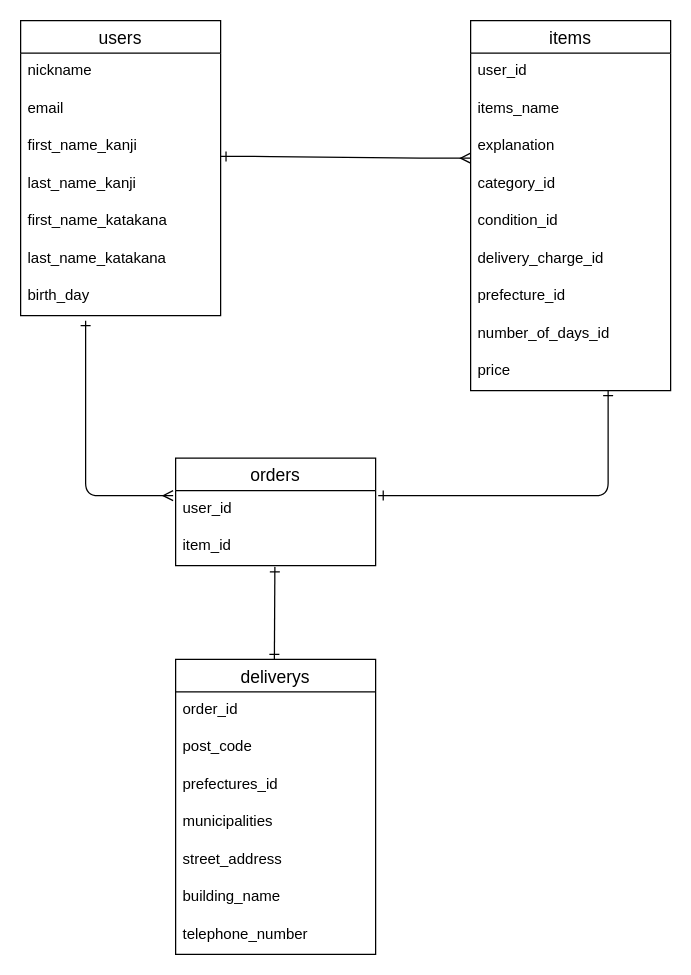
This is er.dio from yuyunaginagi/furima-40237, a draw.io file, before an edit. Source tidied: cells renumbered, new cells numbered last; positions are measured from the earlier drawing's top-left corner, leaving out a move shared by most shapes. Both pictures are drawn from the tidied source at 125%, with x=0, y=0 at pixel (20, 20).
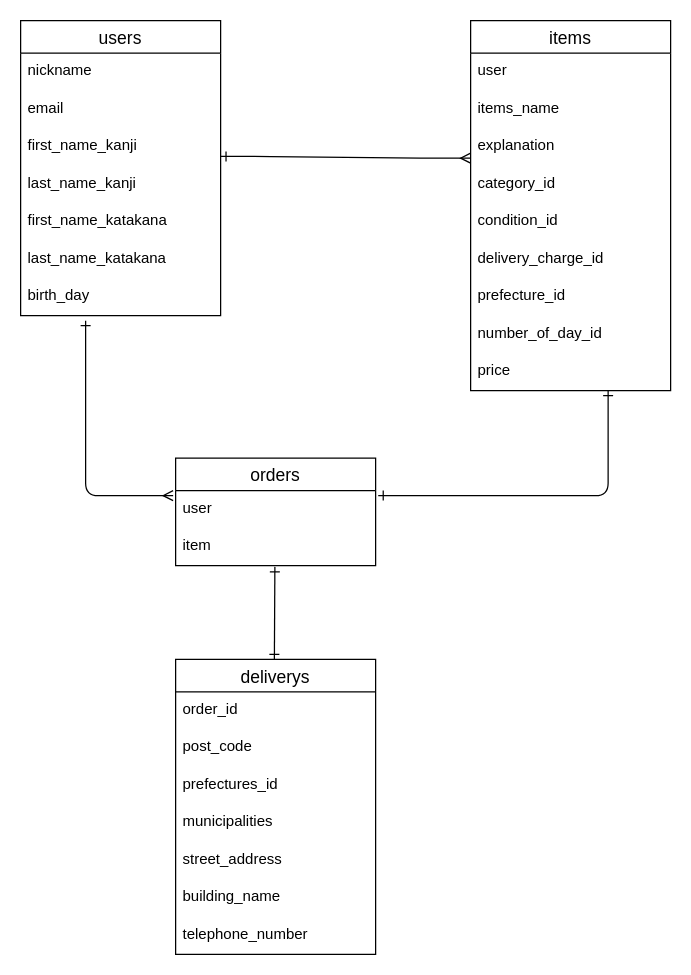
The same page after the edit.

Commit message (it also covers changes not shown here):
ER図の作成とDB設計の記述5

The change refers to these unchanged cells:
```xml
<mxCell id="10" value="items" style="swimlane;fontStyle=0;horizontal=1;startSize=26;align=center;fontSize=14;" parent="1" vertex="1">
  <mxGeometry x="360" width="160" height="296" as="geometry" />
</mxCell>
<mxCell id="31" value="orders" style="swimlane;fontStyle=0;horizontal=1;startSize=26;align=center;fontSize=14;" parent="1" vertex="1">
  <mxGeometry x="124" y="350" width="160" height="86" as="geometry" />
</mxCell>
```

Diff of the diagram source:
```diff
@@
-    <mxCell id="11" value="user_id" style="text;strokeColor=none;fillColor=none;spacingLeft=4;spacingRight=4;overflow=hidden;fontSize=12;" parent="10" vertex="1">
+    <mxCell id="11" value="user" style="text;strokeColor=none;fillColor=none;spacingLeft=4;spacingRight=4;overflow=hidden;fontSize=12;" parent="10" vertex="1">
       <mxGeometry y="26" width="160" height="30" as="geometry" />
     </mxCell>
@@
-    <mxCell id="18" value="number_of_days_id" style="text;strokeColor=none;fillColor=none;spacingLeft=4;spacingRight=4;overflow=hidden;fontSize=12;" parent="10" vertex="1">
+    <mxCell id="18" value="number_of_day_id" style="text;strokeColor=none;fillColor=none;spacingLeft=4;spacingRight=4;overflow=hidden;fontSize=12;" parent="10" vertex="1">
       <mxGeometry y="236" width="160" height="30" as="geometry" />
     </mxCell>
@@
-    <mxCell id="32" value="user_id" style="text;strokeColor=none;fillColor=none;spacingLeft=4;spacingRight=4;overflow=hidden;points=[[0,0.5],[1,0.5]];portConstraint=eastwest;fontSize=12;" parent="31" vertex="1">
+    <mxCell id="32" value="user" style="text;strokeColor=none;fillColor=none;spacingLeft=4;spacingRight=4;overflow=hidden;points=[[0,0.5],[1,0.5]];portConstraint=eastwest;fontSize=12;" parent="31" vertex="1">
       <mxGeometry y="26" width="160" height="30" as="geometry" />
     </mxCell>
-    <mxCell id="33" value="item_id" style="text;strokeColor=none;fillColor=none;spacingLeft=4;spacingRight=4;overflow=hidden;fontSize=12;" parent="31" vertex="1">
+    <mxCell id="33" value="item" style="text;strokeColor=none;fillColor=none;spacingLeft=4;spacingRight=4;overflow=hidden;fontSize=12;" parent="31" vertex="1">
       <mxGeometry y="56" width="160" height="30" as="geometry" />
     </mxCell>
```
